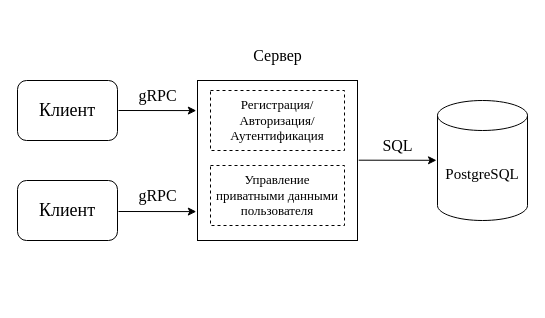
Above: page "Страница — 1" (1 of 2) of docs/img/Design.drawio in KryukovO/goph-keeper (draw.io), before the change. Source tidied: cells renumbered, new cells numbered last; positions are measured from the earlier drawing's top-left corner, leaving out a move shared by most shapes. Both pictures are drawn from the tidied source at 100%, with x=0, y=0 at pixel (17, 40).
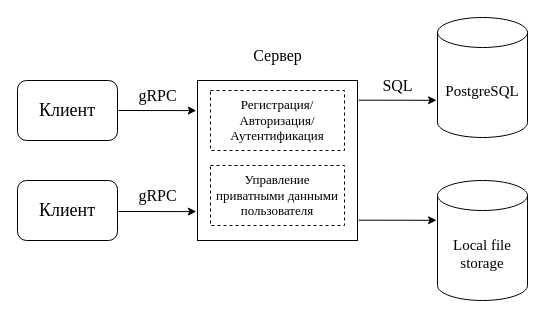
After the change.

Diff of the diagram source:
```diff
@@
     <mxCell id="5" value="PostgreSQL" style="shape=cylinder3;whiteSpace=wrap;html=1;boundedLbl=1;backgroundOutline=1;size=15;fontFamily=Times New Roman;fontSize=15;" parent="1" vertex="1">
-      <mxGeometry x="420" y="60" width="90" height="120" as="geometry" />
+      <mxGeometry x="420" y="-23" width="90" height="120" as="geometry" />
     </mxCell>
@@
     <mxCell id="8" style="endArrow=classic;startArrow=none;html=1;rounded=0;exitX=1;exitY=0.5;exitDx=0;exitDy=0;entryX=-0.014;entryY=0.188;entryDx=0;entryDy=0;entryPerimeter=0;startFill=0;" parent="1" edge="1">
       <mxGeometry relative="1" as="geometry">
-        <mxPoint x="341.2" y="119.7" as="sourcePoint" />
-        <mxPoint x="419" y="119.8" as="targetPoint" />
+        <mxPoint x="341.2" y="59.7" as="sourcePoint" />
+        <mxPoint x="419" y="59.8" as="targetPoint" />
       </mxGeometry>
     </mxCell>
@@
     <mxCell id="11" value="&lt;font face=&quot;Times New Roman&quot;&gt;&lt;span style=&quot;font-size: 16px;&quot;&gt;SQL&lt;/span&gt;&lt;/font&gt;" style="text;html=1;align=center;verticalAlign=middle;strokeColor=none;fillColor=none;" parent="1" vertex="1">
-      <mxGeometry x="355" y="90" width="50" height="30" as="geometry" />
+      <mxGeometry x="355" y="30" width="50" height="30" as="geometry" />
     </mxCell>
@@
+    <mxCell id="15" value="Local file storage" style="shape=cylinder3;whiteSpace=wrap;html=1;boundedLbl=1;backgroundOutline=1;size=15;fontFamily=Times New Roman;fontSize=15;" parent="1" vertex="1">
+      <mxGeometry x="420" y="140" width="90" height="120" as="geometry" />
+    </mxCell>
+    <mxCell id="16" style="endArrow=classic;startArrow=none;html=1;rounded=0;exitX=1;exitY=0.5;exitDx=0;exitDy=0;entryX=-0.014;entryY=0.188;entryDx=0;entryDy=0;entryPerimeter=0;startFill=0;" parent="1" edge="1">
+      <mxGeometry relative="1" as="geometry">
+        <mxPoint x="341.2" y="179.7" as="sourcePoint" />
+        <mxPoint x="419" y="179.8" as="targetPoint" />
+      </mxGeometry>
+    </mxCell>
```
